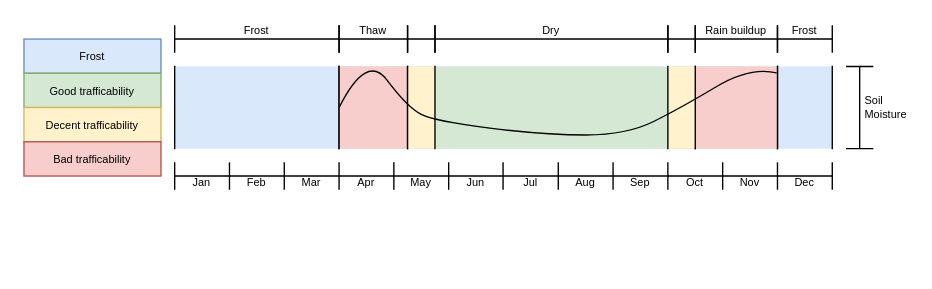
This is yearlytimeline.drawio from skogkursbachelor/diagrams, a draw.io file, before an edit. Source tidied: cells renumbered, new cells numbered last; positions are measured from the earlier drawing's top-left corner, leaving out a move shared by most shapes. Both pictures are drawn from the tidied source at 137%, with x=0, y=0 at pixel (23, 25).
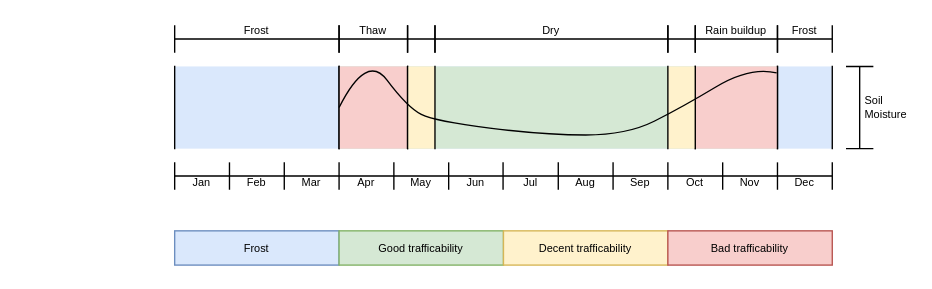
Above is the later version.

Change to the diagram source:
```diff
@@
-    <mxCell id="42" style="group;strokeColor=none;" parent="1" vertex="1">
-      <mxGeometry y="10" width="100" height="100" as="geometry" />
-    </mxCell>
-    <mxCell id="43" value="&lt;font&gt;Frost&lt;/font&gt;" style="rounded=0;whiteSpace=wrap;html=1;fillColor=#dae8fc;strokeColor=#6c8ebf;fontSize=8;" parent="42" vertex="1">
-      <mxGeometry width="100" height="25" as="geometry" />
+    <mxCell id="43" value="&lt;font&gt;Frost&lt;/font&gt;" style="rounded=0;whiteSpace=wrap;html=1;fillColor=#dae8fc;strokeColor=#6c8ebf;fontSize=8;" parent="1" vertex="1">
+      <mxGeometry x="110" y="150" width="120" height="25" as="geometry" />
     </mxCell>
-    <mxCell id="44" value="&lt;font&gt;Good trafficability&lt;/font&gt;" style="rounded=0;whiteSpace=wrap;html=1;fillColor=#d5e8d4;strokeColor=#82b366;fontSize=8;" parent="42" vertex="1">
-      <mxGeometry y="25" width="100" height="25" as="geometry" />
+    <mxCell id="44" value="&lt;font&gt;Good trafficability&lt;/font&gt;" style="rounded=0;whiteSpace=wrap;html=1;fillColor=#d5e8d4;strokeColor=#82b366;fontSize=8;" parent="1" vertex="1">
+      <mxGeometry x="230" y="150" width="120" height="25" as="geometry" />
     </mxCell>
-    <mxCell id="45" value="&lt;font&gt;Decent trafficability&lt;/font&gt;" style="rounded=0;whiteSpace=wrap;html=1;fillColor=#fff2cc;strokeColor=#d6b656;fontSize=8;" parent="42" vertex="1">
-      <mxGeometry y="50" width="100" height="25" as="geometry" />
+    <mxCell id="45" value="&lt;font&gt;Decent trafficability&lt;/font&gt;" style="rounded=0;whiteSpace=wrap;html=1;fillColor=#fff2cc;strokeColor=#d6b656;fontSize=8;" parent="1" vertex="1">
+      <mxGeometry x="350" y="150" width="120" height="25" as="geometry" />
     </mxCell>
-    <mxCell id="46" value="&lt;font&gt;Bad trafficability&lt;/font&gt;" style="rounded=0;whiteSpace=wrap;html=1;fillColor=#f8cecc;strokeColor=#b85450;fontSize=8;" parent="42" vertex="1">
-      <mxGeometry y="75" width="100" height="25" as="geometry" />
+    <mxCell id="46" value="&lt;font&gt;Bad trafficability&lt;/font&gt;" style="rounded=0;whiteSpace=wrap;html=1;fillColor=#f8cecc;strokeColor=#b85450;fontSize=8;" parent="1" vertex="1">
+      <mxGeometry x="470" y="150" width="120" height="25" as="geometry" />
     </mxCell>
```
